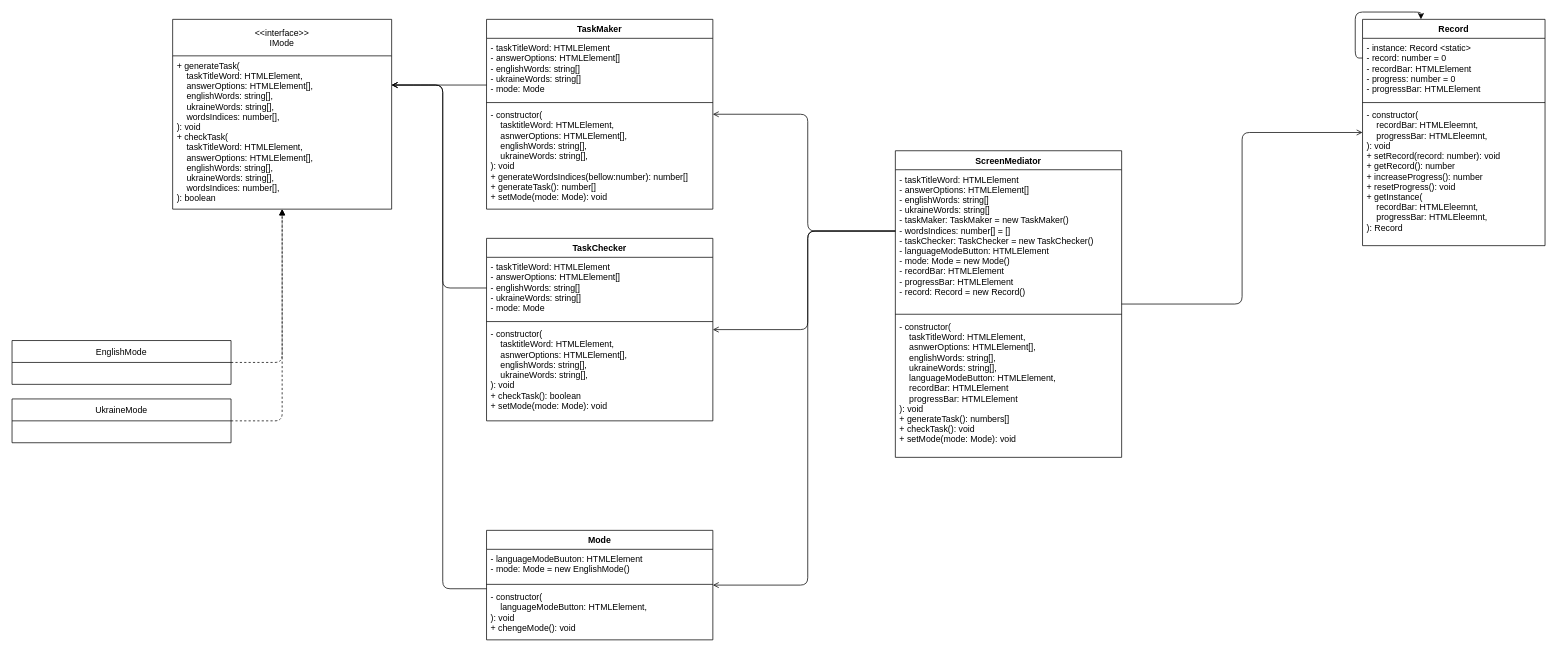
Earlier version of the draw.io diagram diagrams/classes-diagram.dio (Dmytriy-OL/DesignPaternsLab6). Source tidied: cells renumbered, new cells numbered last; positions are measured from the earlier drawing's top-left corner, leaving out a move shared by most shapes. Both pictures are drawn from the tidied source at 73%, with x=0, y=0 at pixel (12, 12).
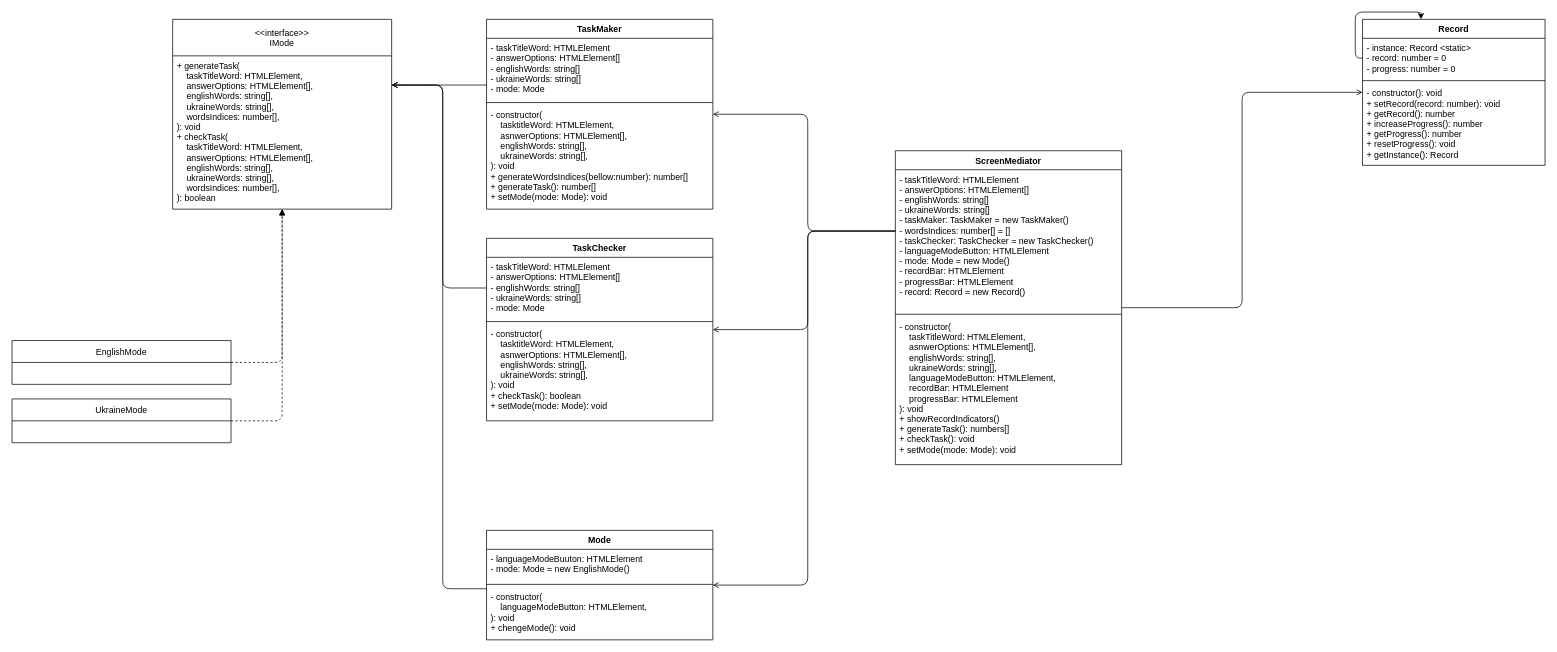
The same diagram, later.

Commit message (it also covers changes not shown here):
add: record to screen mediator; fix: record class

What changed in the source:
```diff
@@
     <mxCell id="2" value="Record" style="swimlane;fontStyle=1;align=center;verticalAlign=top;horizontal=1;startSize=26;" parent="1" vertex="1">
-      <mxGeometry x="1850" y="10" width="250" height="310" as="geometry" />
+      <mxGeometry x="1850" y="10" width="250" height="200" as="geometry" />
     </mxCell>
@@
-    <mxCell id="4" value="- instance: Record &lt;static&gt;&#10;- record: number = 0&#10;- recordBar: HTMLElement&#10;- progress: number = 0&#10;- progressBar: HTMLElement" style="text;strokeColor=none;fillColor=none;align=left;verticalAlign=top;spacingLeft=4;spacingRight=4;overflow=hidden;points=[[0,0.5],[1,0.5]];portConstraint=eastwest;" parent="2" vertex="1">
-      <mxGeometry y="26" width="250" height="84" as="geometry" />
+    <mxCell id="4" value="- instance: Record &lt;static&gt;&#10;- record: number = 0&#10;- progress: number = 0" style="text;strokeColor=none;fillColor=none;align=left;verticalAlign=top;spacingLeft=4;spacingRight=4;overflow=hidden;points=[[0,0.5],[1,0.5]];portConstraint=eastwest;" parent="2" vertex="1">
+      <mxGeometry y="26" width="250" height="54" as="geometry" />
     </mxCell>
     <mxCell id="5" style="line;strokeWidth=1;fillColor=none;align=left;verticalAlign=middle;spacingTop=-1;spacingLeft=3;spacingRight=3;labelPosition=right;strokeColor=inherit;" parent="2" vertex="1">
-      <mxGeometry y="110" width="250" height="8" as="geometry" />
+      <mxGeometry y="80" width="250" height="8" as="geometry" />
     </mxCell>
-    <mxCell id="6" value="- constructor(&#10;    recordBar: HTMLEleemnt,&#10;    progressBar: HTMLEleemnt,&#10;): void&#10;+ setRecord(record: number): void&#10;+ getRecord(): number&#10;+ increaseProgress(): number&#10;+ resetProgress(): void&#10;+ getInstance(&#10;    recordBar: HTMLEleemnt,&#10;    progressBar: HTMLEleemnt,&#10;): Record" style="text;strokeColor=none;fillColor=none;align=left;verticalAlign=top;spacingLeft=4;spacingRight=4;overflow=hidden;" parent="2" vertex="1">
-      <mxGeometry y="118" width="250" height="192" as="geometry" />
+    <mxCell id="6" value="- constructor(): void&#10;+ setRecord(record: number): void&#10;+ getRecord(): number&#10;+ increaseProgress(): number&#10;+ getProgress(): number&#10;+ resetProgress(): void&#10;+ getInstance(): Record" style="text;strokeColor=none;fillColor=none;align=left;verticalAlign=top;spacingLeft=4;spacingRight=4;overflow=hidden;" parent="2" vertex="1">
+      <mxGeometry y="88" width="250" height="112" as="geometry" />
     </mxCell>
@@
     <mxCell id="26" value="ScreenMediator" style="swimlane;fontStyle=1;align=center;verticalAlign=top;horizontal=1;startSize=26;" parent="1" vertex="1">
-      <mxGeometry x="1210" y="190" width="310" height="420" as="geometry" />
+      <mxGeometry x="1210" y="190" width="310" height="430" as="geometry" />
     </mxCell>
@@
-    <mxCell id="29" value="- constructor(&#10;    taskTitleWord: HTMLElement,&#10;    asnwerOptions: HTMLElement[],&#10;    englishWords: string[],&#10;    ukraineWords: string[],&#10;    languageModeButton: HTMLElement,&#10;    recordBar: HTMLElement&#10;    progressBar: HTMLElement&#10;): void&#10;+ generateTask(): numbers[]&#10;+ checkTask(): void&#10;+ setMode(mode: Mode): void" style="text;strokeColor=none;fillColor=none;align=left;verticalAlign=top;spacingLeft=4;spacingRight=4;overflow=hidden;" parent="26" vertex="1">
-      <mxGeometry y="228" width="310" height="192" as="geometry" />
+    <mxCell id="29" value="- constructor(&#10;    taskTitleWord: HTMLElement,&#10;    asnwerOptions: HTMLElement[],&#10;    englishWords: string[],&#10;    ukraineWords: string[],&#10;    languageModeButton: HTMLElement,&#10;    recordBar: HTMLElement&#10;    progressBar: HTMLElement&#10;): void&#10;+ showRecordIndicators()&#10;+ generateTask(): numbers[]&#10;+ checkTask(): void&#10;+ setMode(mode: Mode): void" style="text;strokeColor=none;fillColor=none;align=left;verticalAlign=top;spacingLeft=4;spacingRight=4;overflow=hidden;" parent="26" vertex="1">
+      <mxGeometry y="228" width="310" height="202" as="geometry" />
     </mxCell>
```
